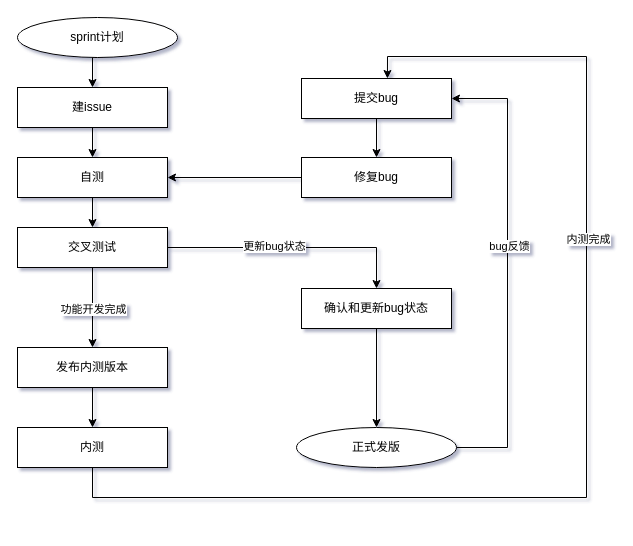
rockysroll/testgit keeps this draw.io diagram as Untitled Diagram.drawio. Above is the earlier version. Source tidied: cells renumbered, new cells numbered last; positions are measured from the earlier drawing's top-left corner, leaving out a move shared by most shapes. Both pictures are drawn from the tidied source at 100%, with x=0, y=0 at pixel (17, 17).
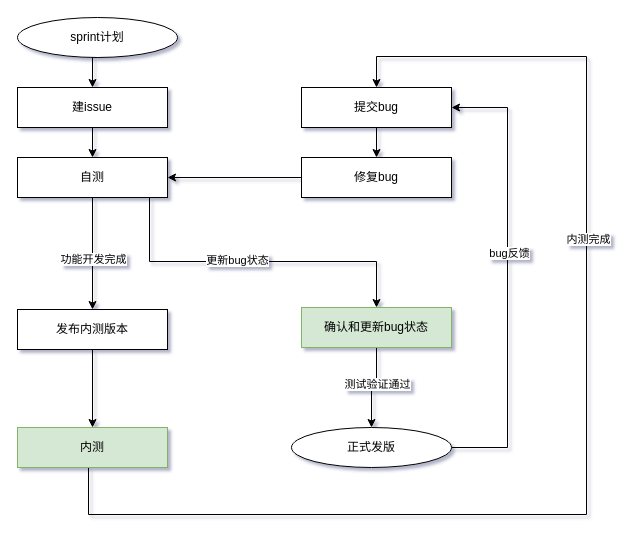
The same diagram, later.

The change refers to these unchanged cells:
```xml
<mxCell id="7" value="自测" style="rounded=0;whiteSpace=wrap;html=1;" parent="1" vertex="1">
  <mxGeometry y="140" width="150" height="40" as="geometry" />
</mxCell>
<mxCell id="22" style="edgeStyle=orthogonalEdgeStyle;rounded=0;jettySize=auto;html=1;exitX=0.5;exitY=1;exitDx=0;exitDy=0;entryX=0.5;entryY=0;entryDx=0;entryDy=0;" parent="1" edge="1" source="23" target="26">
  <mxGeometry relative="1" as="geometry" />
</mxCell>
```

The edit, as a diff of the source:
```diff
@@
-    <mxCell id="6" style="edgeStyle=orthogonalEdgeStyle;rounded=0;jettySize=auto;html=1;exitX=0.5;exitY=1;exitDx=0;exitDy=0;entryX=0.5;entryY=0;entryDx=0;entryDy=0;" parent="1" edge="1" source="7" target="12">
-      <mxGeometry relative="1" as="geometry" />
-    </mxCell>
@@
-    <mxCell id="8" style="edgeStyle=orthogonalEdgeStyle;rounded=0;jettySize=auto;html=1;exitX=0.5;exitY=1;exitDx=0;exitDy=0;entryX=0.5;entryY=0;entryDx=0;entryDy=0;" parent="1" edge="1" source="12" target="14">
+    <mxCell id="8" style="edgeStyle=orthogonalEdgeStyle;rounded=0;jettySize=auto;html=1;entryX=0.5;entryY=0;entryDx=0;entryDy=0;exitX=0.5;exitY=1;exitDx=0;exitDy=0;" parent="1" edge="1" source="7" target="14">
       <mxGeometry relative="1" as="geometry" />
     </mxCell>
@@
-    <mxCell id="10" style="edgeStyle=orthogonalEdgeStyle;rounded=0;jettySize=auto;html=1;exitX=1;exitY=0.5;exitDx=0;exitDy=0;" parent="1" edge="1" source="12" target="23">
-      <mxGeometry relative="1" as="geometry" />
+    <mxCell id="10" style="edgeStyle=orthogonalEdgeStyle;rounded=0;jettySize=auto;html=1;exitX=0.75;exitY=1;exitDx=0;exitDy=0;" parent="1" edge="1" source="7" target="23">
+      <mxGeometry relative="1" as="geometry">
+        <Array as="points">
+          <mxPoint x="132" y="180" />
+          <mxPoint x="132" y="244" />
+          <mxPoint x="359" y="244" />
+        </Array>
+      </mxGeometry>
     </mxCell>
@@
-    <mxCell id="12" value="交叉测试" style="rounded=0;whiteSpace=wrap;html=1;" parent="1" vertex="1">
-      <mxGeometry y="210" width="150" height="40" as="geometry" />
-    </mxCell>
@@
     <mxCell id="14" value="发布内测版本" style="rounded=0;whiteSpace=wrap;html=1;" parent="1" vertex="1">
-      <mxGeometry y="330" width="150" height="40" as="geometry" />
+      <mxGeometry y="292" width="150" height="40" as="geometry" />
     </mxCell>
-    <mxCell id="15" style="edgeStyle=orthogonalEdgeStyle;rounded=0;jettySize=auto;html=1;exitX=0.5;exitY=1;exitDx=0;exitDy=0;entryX=0.573;entryY=0;entryDx=0;entryDy=0;entryPerimeter=0;" parent="1" edge="1" source="17" target="19">
+    <mxCell id="15" style="edgeStyle=orthogonalEdgeStyle;rounded=0;jettySize=auto;html=1;exitX=0.5;exitY=1;exitDx=0;exitDy=0;entryX=0.5;entryY=0;entryDx=0;entryDy=0;" parent="1" edge="1" target="19">
       <mxGeometry relative="1" as="geometry">
+        <mxPoint x="71" y="450" as="sourcePoint" />
         <Array as="points">
-          <mxPoint x="75" y="480" />
-          <mxPoint x="569" y="480" />
+          <mxPoint x="71" y="497" />
+          <mxPoint x="569" y="497" />
           <mxPoint x="569" y="39" />
-          <mxPoint x="370" y="39" />
+          <mxPoint x="359" y="39" />
         </Array>
       </mxGeometry>
     </mxCell>
@@
-    <mxCell id="17" value="内测" style="rounded=0;whiteSpace=wrap;html=1;" parent="1" vertex="1">
+    <mxCell id="17" value="内测" style="rounded=0;whiteSpace=wrap;html=1;fillColor=#d5e8d4;strokeColor=#82b366;" parent="1" vertex="1">
       <mxGeometry y="410" width="150" height="40" as="geometry" />
     </mxCell>
@@
     <mxCell id="19" value="提交bug" style="rounded=0;whiteSpace=wrap;html=1;" parent="1" vertex="1">
-      <mxGeometry x="284" y="61" width="150" height="40" as="geometry" />
+      <mxGeometry x="284" y="70" width="150" height="40" as="geometry" />
     </mxCell>
@@
+    <mxCell id="27" value="测试验证通过" style="edgeLabel;html=1;align=center;verticalAlign=middle;" parent="22" vertex="1">
+      <mxGeometry x="-0.16" relative="1" as="geometry" />
+    </mxCell>
-    <mxCell id="23" value="确认和更新bug状态" style="rounded=0;whiteSpace=wrap;html=1;" parent="1" vertex="1">
-      <mxGeometry x="284" y="271" width="150" height="40" as="geometry" />
+    <mxCell id="23" value="确认和更新bug状态" style="rounded=0;whiteSpace=wrap;html=1;fillColor=#d5e8d4;strokeColor=#82b366;" parent="1" vertex="1">
+      <mxGeometry x="284" y="290" width="150" height="40" as="geometry" />
     </mxCell>
     <mxCell id="24" style="edgeStyle=orthogonalEdgeStyle;rounded=0;jettySize=auto;html=1;exitX=1;exitY=0.5;exitDx=0;exitDy=0;entryX=1;entryY=0.5;entryDx=0;entryDy=0;" parent="1" edge="1" source="26" target="19">
       <mxGeometry relative="1" as="geometry">
         <Array as="points">
           <mxPoint x="490" y="430" />
-          <mxPoint x="490" y="81" />
+          <mxPoint x="490" y="90" />
         </Array>
       </mxGeometry>
     </mxCell>
@@
     <mxCell id="26" value="正式发版" style="ellipse;whiteSpace=wrap;html=1;" parent="1" vertex="1">
-      <mxGeometry x="279" y="410" width="160" height="40" as="geometry" />
+      <mxGeometry x="274" y="410" width="160" height="40" as="geometry" />
     </mxCell>
```
